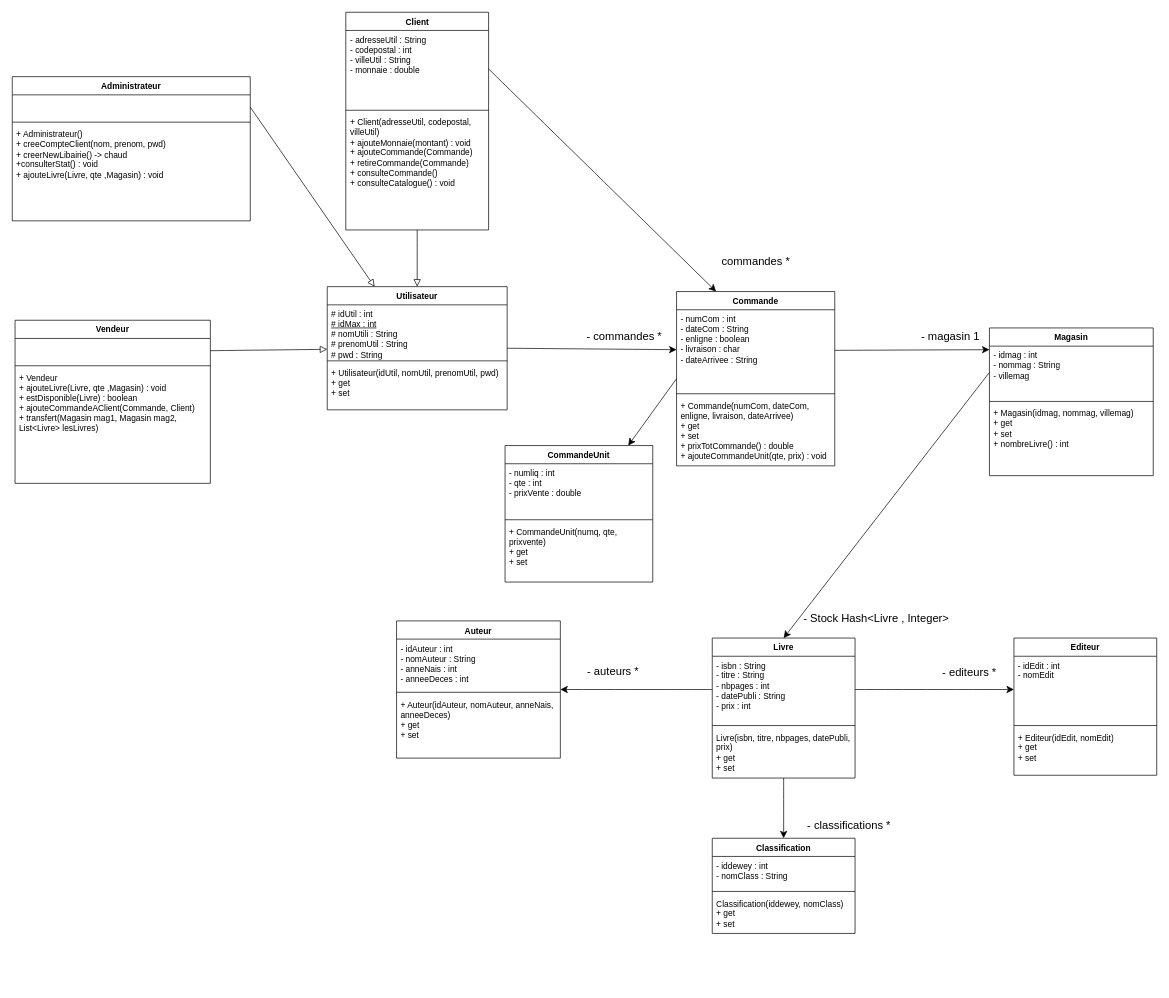
Earlier version of the draw.io diagram UML.drawio (BastienMonet/SAEjava2.03). Source tidied: cells renumbered, new cells numbered last; positions are measured from the earlier drawing's top-left corner, leaving out a move shared by most shapes. Both pictures are drawn from the tidied source at 70%, with x=0, y=0 at pixel (12, 12).
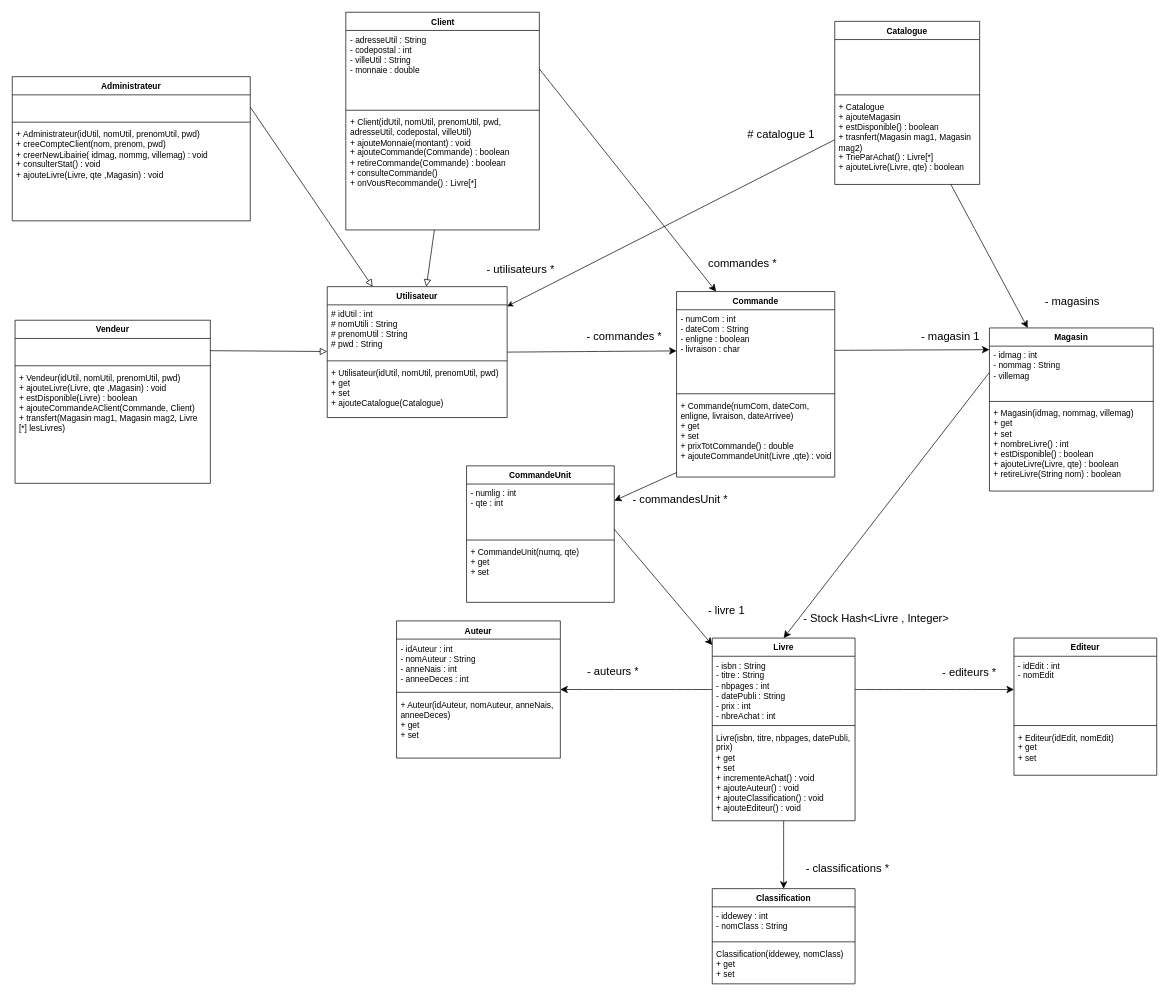
Above is the later version.

The change refers to these unchanged cells:
```xml
<mxCell id="42" value="Administrateur" style="swimlane;fontStyle=1;align=center;verticalAlign=top;horizontal=1;startSize=26;whiteSpace=wrap;html=1;" parent="1" vertex="1">
  <mxGeometry y="92" width="340" height="206" as="geometry" />
</mxCell>
<mxCell id="57" value="Vendeur" style="swimlane;fontStyle=1;align=center;verticalAlign=top;horizontal=1;startSize=26;whiteSpace=wrap;html=1;" parent="1" vertex="1">
  <mxGeometry x="4" y="440" width="279" height="233" as="geometry" />
</mxCell>
```

The edit, as a diff of the source:
```diff
@@
     <mxCell id="3" value="Utilisateur" style="swimlane;fontStyle=1;align=center;verticalAlign=top;horizontal=1;startSize=26;whiteSpace=wrap;html=1;" parent="1" vertex="1">
-      <mxGeometry x="450" y="392" width="257" height="176" as="geometry" />
+      <mxGeometry x="450" y="392" width="257" height="187" as="geometry" />
     </mxCell>
-    <mxCell id="4" value="&lt;div&gt;# idUtil : int&lt;/div&gt;&lt;div&gt;&lt;u&gt;# idMax : int&lt;/u&gt;&lt;/div&gt;&lt;div&gt;# nomUtili : String&lt;/div&gt;&lt;div&gt;# prenomUtil : String&lt;/div&gt;&lt;div&gt;# pwd : String&lt;/div&gt;" style="text;strokeColor=none;fillColor=none;align=left;verticalAlign=top;spacingLeft=4;spacingRight=4;overflow=hidden;whiteSpace=wrap;html=1;" parent="3" vertex="1">
+    <mxCell id="4" value="&lt;div&gt;# idUtil : int&lt;/div&gt;&lt;div&gt;# nomUtili : String&lt;/div&gt;&lt;div&gt;# prenomUtil : String&lt;/div&gt;&lt;div&gt;# pwd : String&lt;/div&gt;" style="text;strokeColor=none;fillColor=none;align=left;verticalAlign=top;spacingLeft=4;spacingRight=4;overflow=hidden;whiteSpace=wrap;html=1;" parent="3" vertex="1">
       <mxGeometry y="26" width="257" height="76" as="geometry" />
     </mxCell>
@@
-    <mxCell id="6" value="&lt;div&gt;+ Utilisateur(idUtil, nomUtil, prenomUtil, pwd)&lt;/div&gt;&lt;div&gt;+ get&lt;/div&gt;&lt;div&gt;+ set&lt;/div&gt;" style="text;strokeColor=none;fillColor=none;align=left;verticalAlign=top;spacingLeft=4;spacingRight=4;overflow=hidden;whiteSpace=wrap;html=1;" parent="3" vertex="1">
-      <mxGeometry y="110" width="257" height="66" as="geometry" />
+    <mxCell id="6" value="&lt;div&gt;+ Utilisateur(idUtil, nomUtil, prenomUtil, pwd)&lt;/div&gt;&lt;div&gt;+ get&lt;/div&gt;&lt;div&gt;+ set&lt;/div&gt;&lt;div&gt;+ ajouteCatalogue(Catalogue)&lt;/div&gt;" style="text;strokeColor=none;fillColor=none;align=left;verticalAlign=top;spacingLeft=4;spacingRight=4;overflow=hidden;whiteSpace=wrap;html=1;" parent="3" vertex="1">
+      <mxGeometry y="110" width="257" height="77" as="geometry" />
     </mxCell>
@@
     <mxCell id="8" value="Livre" style="swimlane;fontStyle=1;align=center;verticalAlign=top;horizontal=1;startSize=26;whiteSpace=wrap;html=1;" parent="1" vertex="1">
-      <mxGeometry x="1000" y="894" width="204" height="200" as="geometry" />
+      <mxGeometry x="1000" y="894" width="204" height="261" as="geometry" />
     </mxCell>
-    <mxCell id="9" value="&lt;div&gt;- isbn : String&lt;/div&gt;&lt;div&gt;- titre : String&lt;/div&gt;&lt;div&gt;- nbpages : int&lt;/div&gt;&lt;div&gt;- datePubli : String&lt;/div&gt;&lt;div&gt;- prix : int&lt;/div&gt;" style="text;strokeColor=none;fillColor=none;align=left;verticalAlign=top;spacingLeft=4;spacingRight=4;overflow=hidden;points=[[0,0.5],[1,0.5]];portConstraint=eastwest;whiteSpace=wrap;html=1;" parent="8" vertex="1">
+    <mxCell id="9" value="&lt;div&gt;- isbn : String&lt;/div&gt;&lt;div&gt;- titre : String&lt;/div&gt;&lt;div&gt;- nbpages : int&lt;/div&gt;&lt;div&gt;- datePubli : String&lt;/div&gt;&lt;div&gt;- prix : int&lt;/div&gt;&lt;div&gt;- nbreAchat : int&lt;/div&gt;" style="text;strokeColor=none;fillColor=none;align=left;verticalAlign=top;spacingLeft=4;spacingRight=4;overflow=hidden;points=[[0,0.5],[1,0.5]];portConstraint=eastwest;whiteSpace=wrap;html=1;" parent="8" vertex="1">
       <mxGeometry y="26" width="204" height="95" as="geometry" />
     </mxCell>
@@
-    <mxCell id="11" value="&lt;div&gt;Livre(isbn, titre, nbpages, datePubli, prix)&lt;/div&gt;&lt;div&gt;+ get&lt;/div&gt;&lt;div&gt;+ set&lt;/div&gt;" style="text;strokeColor=none;fillColor=none;align=left;verticalAlign=top;spacingLeft=4;spacingRight=4;overflow=hidden;whiteSpace=wrap;html=1;" parent="8" vertex="1">
-      <mxGeometry y="129" width="204" height="71" as="geometry" />
+    <mxCell id="11" value="&lt;div&gt;Livre(isbn, titre, nbpages, datePubli, prix)&lt;/div&gt;&lt;div&gt;+ get&lt;/div&gt;&lt;div&gt;+ set&lt;/div&gt;&lt;div&gt;+ incrementeAchat() : void&lt;/div&gt;&lt;div&gt;+ ajouteAuteur() : void&lt;/div&gt;&lt;div&gt;+ ajouteClassification() : void&lt;/div&gt;&lt;div&gt;+ ajouteEditeur() : void&lt;/div&gt;" style="text;strokeColor=none;fillColor=none;align=left;verticalAlign=top;spacingLeft=4;spacingRight=4;overflow=hidden;whiteSpace=wrap;html=1;" parent="8" vertex="1">
+      <mxGeometry y="129" width="204" height="132" as="geometry" />
     </mxCell>
-    <mxCell id="12" style="edgeStyle=none;curved=1;rounded=0;jettySize=auto;html=1;exitX=0;exitY=0.5;exitDx=0;exitDy=0;fontSize=12;startSize=8;endSize=8;" parent="1" edge="1" source="13" target="50">
+    <mxCell id="12" style="edgeStyle=none;curved=1;rounded=0;jettySize=auto;html=1;fontSize=12;startSize=8;endSize=8;" parent="1" edge="1" source="16" target="50">
       <mxGeometry relative="1" as="geometry" />
     </mxCell>
     <mxCell id="13" value="Commande" style="swimlane;fontStyle=1;align=center;verticalAlign=top;horizontal=1;startSize=26;whiteSpace=wrap;html=1;" parent="1" vertex="1">
-      <mxGeometry x="949" y="399" width="226" height="249" as="geometry" />
+      <mxGeometry x="949" y="399" width="226" height="265" as="geometry" />
     </mxCell>
-    <mxCell id="14" value="&lt;div&gt;- numCom : int&lt;/div&gt;&lt;div&gt;- dateCom : String&lt;/div&gt;&lt;div&gt;- enligne : boolean&lt;/div&gt;&lt;div&gt;- livraison : char&lt;/div&gt;&lt;div&gt;- dateArrivee : String&lt;/div&gt;&lt;div&gt;&lt;br&gt;&lt;/div&gt;" style="text;strokeColor=none;fillColor=none;align=left;verticalAlign=top;spacingLeft=4;spacingRight=4;overflow=hidden;points=[[0,0.5],[1,0.5]];portConstraint=eastwest;whiteSpace=wrap;html=1;" parent="13" vertex="1">
+    <mxCell id="14" value="&lt;div&gt;- numCom : int&lt;/div&gt;&lt;div&gt;- dateCom : String&lt;/div&gt;&lt;div&gt;- enligne : boolean&lt;/div&gt;&lt;div&gt;- livraison : char&lt;/div&gt;&lt;div&gt;&lt;br&gt;&lt;/div&gt;" style="text;strokeColor=none;fillColor=none;align=left;verticalAlign=top;spacingLeft=4;spacingRight=4;overflow=hidden;points=[[0,0.5],[1,0.5]];portConstraint=eastwest;whiteSpace=wrap;html=1;" parent="13" vertex="1">
       <mxGeometry y="26" width="226" height="116" as="geometry" />
     </mxCell>
@@
-    <mxCell id="16" value="&lt;div&gt;&lt;div&gt;+ Commande(numCom, dateCom, enligne, livraison, dateArrivee)&lt;/div&gt;&lt;div&gt;+ get&lt;/div&gt;&lt;div&gt;+ set&lt;/div&gt;&lt;/div&gt;&lt;div&gt;+ prixTotCommande() : double&lt;/div&gt;&lt;div&gt;+ ajouteCommandeUnit(qte, prix) : void&lt;/div&gt;" style="text;strokeColor=none;fillColor=none;align=left;verticalAlign=top;spacingLeft=4;spacingRight=4;overflow=hidden;points=[[0,0.5],[1,0.5]];portConstraint=eastwest;whiteSpace=wrap;html=1;" parent="13" vertex="1">
-      <mxGeometry y="150" width="226" height="99" as="geometry" />
+    <mxCell id="16" value="&lt;div&gt;&lt;div&gt;+ Commande(numCom, dateCom, enligne, livraison, dateArrivee)&lt;/div&gt;&lt;div&gt;+ get&lt;/div&gt;&lt;div&gt;+ set&lt;/div&gt;&lt;/div&gt;&lt;div&gt;+ prixTotCommande() : double&lt;/div&gt;&lt;div&gt;+ ajouteCommandeUnit(Livre ,qte) : void&lt;/div&gt;" style="text;strokeColor=none;fillColor=none;align=left;verticalAlign=top;spacingLeft=4;spacingRight=4;overflow=hidden;points=[[0,0.5],[1,0.5]];portConstraint=eastwest;whiteSpace=wrap;html=1;" parent="13" vertex="1">
+      <mxGeometry y="150" width="226" height="115" as="geometry" />
     </mxCell>
@@
     <mxCell id="27" value="Classification" style="swimlane;fontStyle=1;align=center;verticalAlign=top;horizontal=1;startSize=26;whiteSpace=wrap;html=1;" parent="1" vertex="1">
-      <mxGeometry x="1000" y="1180" width="204" height="136" as="geometry" />
+      <mxGeometry x="1000" y="1252" width="204" height="136" as="geometry" />
     </mxCell>
@@
     <mxCell id="31" value="- classifications *" style="text;html=1;align=center;verticalAlign=middle;strokeColor=none;fillColor=none;fontSize=16;" parent="1" vertex="1">
-      <mxGeometry x="1126" y="1145" width="137" height="31" as="geometry" />
+      <mxGeometry x="1124" y="1206" width="137" height="31" as="geometry" />
     </mxCell>
@@
     <mxCell id="34" value="Magasin" style="swimlane;fontStyle=1;align=center;verticalAlign=top;horizontal=1;startSize=26;whiteSpace=wrap;html=1;" parent="1" vertex="1">
-      <mxGeometry x="1396" y="451" width="234" height="211" as="geometry" />
+      <mxGeometry x="1396" y="451" width="234" height="233" as="geometry" />
     </mxCell>
@@
-    <mxCell id="37" value="&lt;div&gt;&lt;div&gt;+ Magasin(idmag, nommag, villemag)&lt;/div&gt;&lt;div&gt;+ get&lt;/div&gt;&lt;div&gt;+ set&lt;/div&gt;&lt;/div&gt;&lt;div&gt;+ nombreLivre() : int&lt;/div&gt;" style="text;strokeColor=none;fillColor=none;align=left;verticalAlign=top;spacingLeft=4;spacingRight=4;overflow=hidden;whiteSpace=wrap;html=1;" parent="34" vertex="1">
-      <mxGeometry y="109" width="234" height="102" as="geometry" />
+    <mxCell id="37" value="&lt;div&gt;&lt;div&gt;+ Magasin(idmag, nommag, villemag)&lt;/div&gt;&lt;div&gt;+ get&lt;/div&gt;&lt;div&gt;+ set&lt;/div&gt;&lt;/div&gt;&lt;div&gt;+ nombreLivre() : int&lt;/div&gt;&lt;div&gt;+ estDisponible() : boolean&lt;/div&gt;&lt;div&gt;+ ajouteLivre(Livre, qte) : boolean&lt;/div&gt;&lt;div&gt;+ retireLivre(String nom) : boolean&lt;/div&gt;" style="text;strokeColor=none;fillColor=none;align=left;verticalAlign=top;spacingLeft=4;spacingRight=4;overflow=hidden;whiteSpace=wrap;html=1;" parent="34" vertex="1">
+      <mxGeometry y="109" width="234" height="124" as="geometry" />
     </mxCell>
     <mxCell id="38" value="Client" style="swimlane;fontStyle=1;align=center;verticalAlign=top;horizontal=1;startSize=26;whiteSpace=wrap;html=1;" parent="1" vertex="1">
-      <mxGeometry x="476.5" width="204" height="311" as="geometry" />
+      <mxGeometry x="476.5" width="276.5" height="311" as="geometry" />
     </mxCell>
     <mxCell id="39" value="&lt;div&gt;- adresseUtil : String&lt;/div&gt;&lt;div&gt;- codepostal : int&lt;/div&gt;&lt;div&gt;- villeUtil : String &lt;br&gt;&lt;/div&gt;&lt;div&gt;- monnaie : double&lt;/div&gt;" style="text;strokeColor=none;fillColor=none;align=left;verticalAlign=top;spacingLeft=4;spacingRight=4;overflow=hidden;points=[[0,0.5],[1,0.5]];portConstraint=eastwest;whiteSpace=wrap;html=1;" parent="38" vertex="1">
-      <mxGeometry y="26" width="204" height="110" as="geometry" />
+      <mxGeometry y="26" width="276.5" height="110" as="geometry" />
     </mxCell>
     <mxCell id="40" style="line;strokeWidth=1;fillColor=none;align=left;verticalAlign=middle;spacingTop=-1;spacingLeft=3;spacingRight=3;labelPosition=right;strokeColor=inherit;" parent="38" vertex="1">
-      <mxGeometry y="136" width="204" height="8" as="geometry" />
+      <mxGeometry y="136" width="276.5" height="8" as="geometry" />
     </mxCell>
-    <mxCell id="41" value="&lt;div&gt;+ Client(adresseUtil, codepostal, villeUtil)&lt;/div&gt;&lt;div&gt;+ ajouteMonnaie(montant) : void&lt;/div&gt;&lt;div&gt;+ ajouteCommande(Commande)&lt;/div&gt;&lt;div&gt;+ retireCommande(Commande)&lt;/div&gt;&lt;div&gt;+ consulteCommande()&lt;/div&gt;&lt;div&gt;+ consulteCatalogue() : void&lt;/div&gt;" style="text;strokeColor=none;fillColor=none;align=left;verticalAlign=top;spacingLeft=4;spacingRight=4;overflow=hidden;points=[[0,0.5],[1,0.5]];portConstraint=eastwest;whiteSpace=wrap;html=1;" parent="38" vertex="1">
-      <mxGeometry y="144" width="204" height="167" as="geometry" />
+    <mxCell id="41" value="&lt;div&gt;+ Client(idUtil, nomUtil, prenomUtil, pwd, adresseUtil, codepostal, villeUtil)&lt;/div&gt;&lt;div&gt;+ ajouteMonnaie(montant) : void&lt;/div&gt;&lt;div&gt;+ ajouteCommande(Commande) : boolean&lt;/div&gt;&lt;div&gt;+ retireCommande(Commande) : boolean&lt;/div&gt;&lt;div&gt;+ consulteCommande()&lt;/div&gt;&lt;div&gt;+ onVousRecommande() : Livre[*]&lt;/div&gt;" style="text;strokeColor=none;fillColor=none;align=left;verticalAlign=top;spacingLeft=4;spacingRight=4;overflow=hidden;points=[[0,0.5],[1,0.5]];portConstraint=eastwest;whiteSpace=wrap;html=1;" parent="38" vertex="1">
+      <mxGeometry y="144" width="276.5" height="167" as="geometry" />
     </mxCell>
@@
-    <mxCell id="45" value="&lt;div&gt;+ Administrateur()&lt;/div&gt;&lt;div&gt;+ creeCompteClient(nom, prenom, pwd)&lt;/div&gt;&lt;div&gt;+ creerNewLibairie() -&amp;gt; chaud&lt;/div&gt;&lt;div&gt;+consulterStat() : void&lt;/div&gt;&lt;div&gt;+ ajouteLivre(Livre, qte ,Magasin) : void&lt;/div&gt;" style="text;strokeColor=none;fillColor=none;align=left;verticalAlign=top;spacingLeft=4;spacingRight=4;overflow=hidden;whiteSpace=wrap;html=1;" parent="42" vertex="1">
+    <mxCell id="45" value="&lt;div&gt;+ Administrateur(idUtil, nomUtil, prenomUtil, pwd)&lt;/div&gt;&lt;div&gt;+ creeCompteClient(nom, prenom, pwd)&lt;/div&gt;&lt;div&gt;+ creerNewLibairie( idmag, nommg, villemag) : void&lt;/div&gt;&lt;div&gt;+ consulterStat() : void&lt;/div&gt;&lt;div&gt;+ ajouteLivre(Livre, qte ,Magasin) : void&lt;/div&gt;" style="text;strokeColor=none;fillColor=none;align=left;verticalAlign=top;spacingLeft=4;spacingRight=4;overflow=hidden;whiteSpace=wrap;html=1;" parent="42" vertex="1">
       <mxGeometry y="69" width="340" height="137" as="geometry" />
     </mxCell>
@@
     <mxCell id="50" value="CommandeUnit" style="swimlane;fontStyle=1;align=center;verticalAlign=top;horizontal=1;startSize=26;whiteSpace=wrap;html=1;" parent="1" vertex="1">
-      <mxGeometry x="704" y="619" width="211" height="195" as="geometry" />
+      <mxGeometry x="649" y="648" width="211" height="195" as="geometry" />
     </mxCell>
-    <mxCell id="51" value="&lt;div&gt;- numliq : int&lt;/div&gt;&lt;div&gt;- qte : int&lt;/div&gt;&lt;div&gt;- prixVente : double&lt;/div&gt;" style="text;strokeColor=none;fillColor=none;align=left;verticalAlign=top;spacingLeft=4;spacingRight=4;overflow=hidden;points=[[0,0.5],[1,0.5]];portConstraint=eastwest;whiteSpace=wrap;html=1;" parent="50" vertex="1">
+    <mxCell id="51" value="&lt;div&gt;- numlig : int&lt;/div&gt;&lt;div&gt;- qte : int&lt;/div&gt;" style="text;strokeColor=none;fillColor=none;align=left;verticalAlign=top;spacingLeft=4;spacingRight=4;overflow=hidden;points=[[0,0.5],[1,0.5]];portConstraint=eastwest;whiteSpace=wrap;html=1;" parent="50" vertex="1">
       <mxGeometry y="26" width="211" height="76" as="geometry" />
     </mxCell>
@@
-    <mxCell id="53" value="&lt;div&gt;+ CommandeUnit(numq, qte, prixvente)&lt;/div&gt;&lt;div&gt;+ get&lt;/div&gt;&lt;div&gt;+ set&lt;/div&gt;" style="text;strokeColor=none;fillColor=none;align=left;verticalAlign=top;spacingLeft=4;spacingRight=4;overflow=hidden;whiteSpace=wrap;html=1;" parent="50" vertex="1">
+    <mxCell id="53" value="&lt;div&gt;+ CommandeUnit(numq, qte)&lt;/div&gt;&lt;div&gt;+ get&lt;/div&gt;&lt;div&gt;+ set&lt;/div&gt;" style="text;strokeColor=none;fillColor=none;align=left;verticalAlign=top;spacingLeft=4;spacingRight=4;overflow=hidden;whiteSpace=wrap;html=1;" parent="50" vertex="1">
       <mxGeometry y="110" width="211" height="85" as="geometry" />
     </mxCell>
@@
-    <mxCell id="60" value="&lt;div&gt;+ Vendeur&lt;/div&gt;&lt;div&gt;&lt;div&gt;+ ajouteLivre(Livre, qte ,Magasin) : void&lt;/div&gt;&lt;div&gt;+ estDisponible(Livre) : boolean&lt;/div&gt;&lt;div&gt;+ ajouteCommandeAClient(Commande, Client)&lt;/div&gt;&lt;div&gt;&lt;div&gt;+ transfert(Magasin mag1, Magasin mag2, List&amp;lt;Livre&amp;gt; lesLivres)&lt;/div&gt;&lt;/div&gt;&lt;br&gt;&lt;/div&gt;" style="text;strokeColor=none;fillColor=none;align=left;verticalAlign=top;spacingLeft=4;spacingRight=4;overflow=hidden;whiteSpace=wrap;html=1;" parent="57" vertex="1">
+    <mxCell id="60" value="&lt;div&gt;+ Vendeur(idUtil, nomUtil, prenomUtil, pwd)&lt;/div&gt;&lt;div&gt;&lt;div&gt;+ ajouteLivre(Livre, qte ,Magasin) : void&lt;/div&gt;&lt;div&gt;+ estDisponible(Livre) : boolean&lt;/div&gt;&lt;div&gt;+ ajouteCommandeAClient(Commande, Client)&lt;/div&gt;&lt;div&gt;&lt;div&gt;+ transfert(Magasin mag1, Magasin mag2, Livre [*] lesLivres)&lt;/div&gt;&lt;/div&gt;&lt;br&gt;&lt;/div&gt;" style="text;strokeColor=none;fillColor=none;align=left;verticalAlign=top;spacingLeft=4;spacingRight=4;overflow=hidden;whiteSpace=wrap;html=1;" parent="57" vertex="1">
       <mxGeometry y="69" width="279" height="164" as="geometry" />
     </mxCell>
@@
     <mxCell id="63" value="commandes *" style="text;html=1;align=center;verticalAlign=middle;strokeColor=none;fillColor=none;fontSize=16;" parent="1" vertex="1">
-      <mxGeometry x="1004" y="340" width="116" height="31" as="geometry" />
+      <mxGeometry x="985" y="343" width="116" height="31" as="geometry" />
     </mxCell>
+    <mxCell id="64" style="edgeStyle=none;curved=1;rounded=0;jettySize=auto;html=1;fontSize=12;startSize=8;endSize=8;exitX=1;exitY=0.85;exitDx=0;exitDy=0;exitPerimeter=0;" parent="1" edge="1" source="51" target="8">
+      <mxGeometry relative="1" as="geometry" />
+    </mxCell>
+    <mxCell id="65" value="- livre 1" style="text;html=1;align=center;verticalAlign=middle;strokeColor=none;fillColor=none;fontSize=16;" parent="1" vertex="1">
+      <mxGeometry x="985" y="838.5" width="70" height="31" as="geometry" />
+    </mxCell>
+    <mxCell id="66" value="- commandesUnit *" style="text;html=1;align=center;verticalAlign=middle;strokeColor=none;fillColor=none;fontSize=16;" parent="1" vertex="1">
+      <mxGeometry x="877" y="679" width="154" height="31" as="geometry" />
+    </mxCell>
+    <mxCell id="67" value="Catalogue" style="swimlane;fontStyle=1;align=center;verticalAlign=top;horizontal=1;startSize=26;whiteSpace=wrap;html=1;" parent="1" vertex="1">
+      <mxGeometry x="1175" y="13" width="207" height="233" as="geometry" />
+    </mxCell>
+    <mxCell id="68" value="&lt;div&gt;&lt;br&gt;&lt;/div&gt;&lt;div&gt;&lt;br&gt;&lt;/div&gt;&lt;div&gt;&lt;br&gt;&lt;/div&gt;" style="text;strokeColor=none;fillColor=none;align=left;verticalAlign=top;spacingLeft=4;spacingRight=4;overflow=hidden;whiteSpace=wrap;html=1;" parent="67" vertex="1">
+      <mxGeometry y="26" width="207" height="75" as="geometry" />
+    </mxCell>
+    <mxCell id="69" style="line;strokeWidth=1;fillColor=none;align=left;verticalAlign=middle;spacingTop=-1;spacingLeft=3;spacingRight=3;labelPosition=right;strokeColor=inherit;" parent="67" vertex="1">
+      <mxGeometry y="101" width="207" height="8" as="geometry" />
+    </mxCell>
+    <mxCell id="70" value="&lt;div&gt;+ Catalogue&lt;/div&gt;&lt;div&gt;+ ajouteMagasin&lt;/div&gt;&lt;div&gt;+ estDisponible() : boolean&lt;/div&gt;&lt;div&gt;+ trasnfert(Magasin mag1, Magasin mag2)&lt;/div&gt;&lt;div&gt;+ TrieParAchat() : Livre[*]&lt;/div&gt;&lt;div&gt;+ ajouteLivre(Livre, qte) : boolean &lt;br&gt;&lt;/div&gt;" style="text;strokeColor=none;fillColor=none;align=left;verticalAlign=top;spacingLeft=4;spacingRight=4;overflow=hidden;whiteSpace=wrap;html=1;" parent="67" vertex="1">
+      <mxGeometry y="109" width="207" height="124" as="geometry" />
+    </mxCell>
+    <mxCell id="71" style="edgeStyle=none;curved=1;rounded=0;jettySize=auto;html=1;fontSize=12;startSize=8;endSize=8;" parent="1" edge="1" source="67" target="34">
+      <mxGeometry relative="1" as="geometry" />
+    </mxCell>
+    <mxCell id="72" value="- magasins" style="text;html=1;align=center;verticalAlign=middle;strokeColor=none;fillColor=none;fontSize=16;" parent="1" vertex="1">
+      <mxGeometry x="1466" y="397" width="96" height="31" as="geometry" />
+    </mxCell>
+    <mxCell id="73" style="endArrow=classic;html=1;rounded=0;" parent="1" edge="1" source="67" target="3">
+      <mxGeometry relative="1" as="geometry" />
+    </mxCell>
+    <mxCell id="74" value="# catalogue 1" style="text;html=1;align=center;verticalAlign=middle;strokeColor=none;fillColor=none;fontSize=16;" parent="1" vertex="1">
+      <mxGeometry x="1041" y="158" width="114" height="31" as="geometry" />
+    </mxCell>
+    <mxCell id="75" value="- utilisateurs *" style="text;html=1;align=center;verticalAlign=middle;strokeColor=none;fillColor=none;fontSize=16;" parent="1" vertex="1">
+      <mxGeometry x="668" y="351" width="115" height="31" as="geometry" />
+    </mxCell>
```
